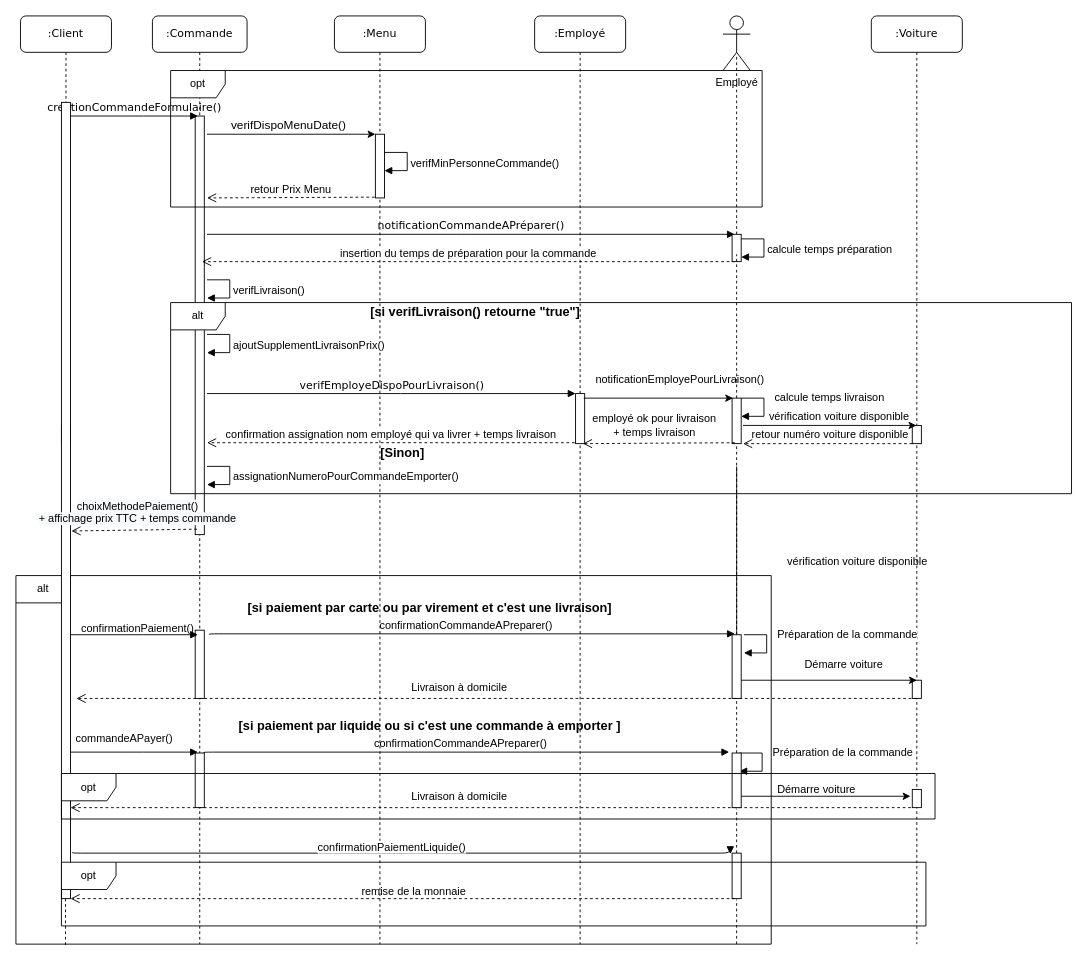
Before: diagramme_dinteraction.drawio in NHatim/aca, a draw.io diagram. Source tidied: cells renumbered, new cells numbered last; positions are measured from the earlier drawing's top-left corner, leaving out a move shared by most shapes. Both pictures are drawn from the tidied source at 91%, with x=0, y=0 at pixel (15, 15).
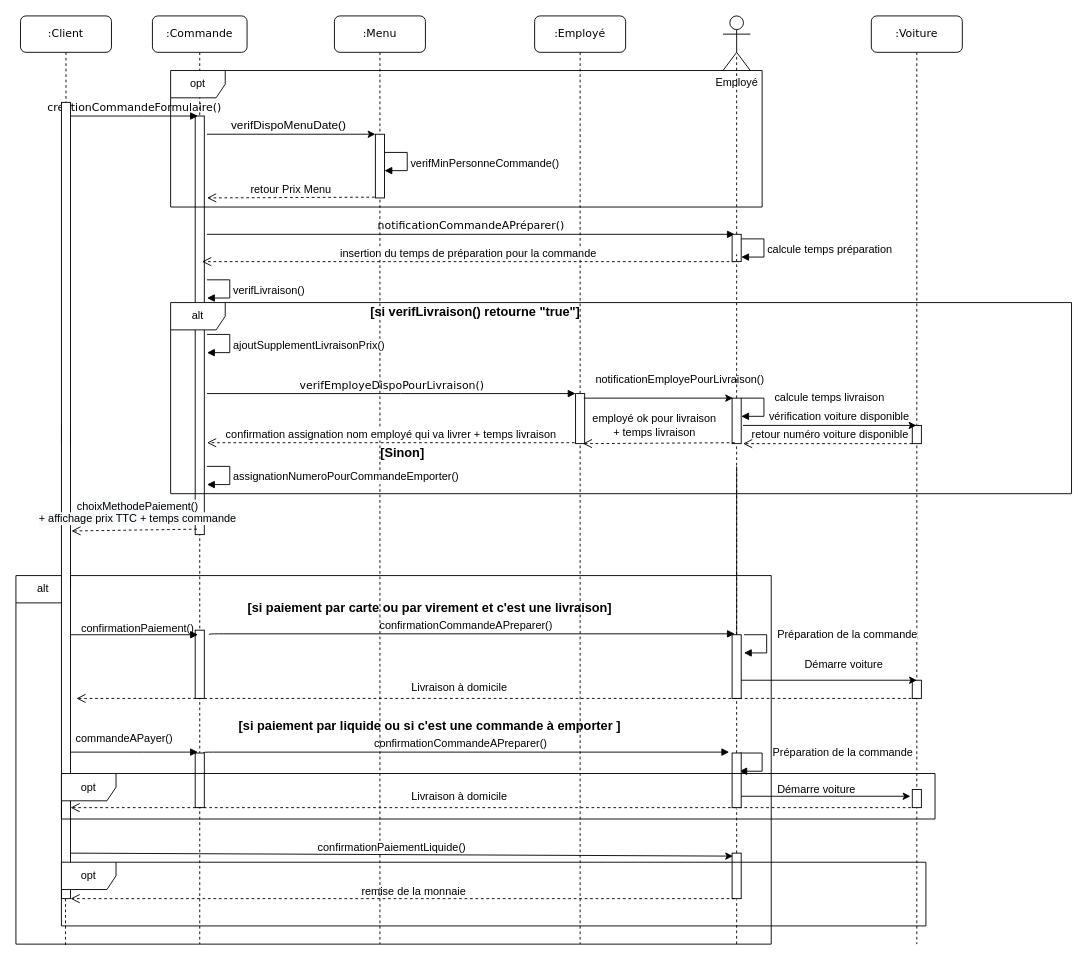
After the change.

The change refers to these unchanged cells:
```xml
<mxCell id="81" style="html=1;points=[];perimeter=orthogonalPerimeter;" parent="1" vertex="1">
  <mxGeometry x="787" y="920" width="10" height="50" as="geometry" />
</mxCell>
```

What changed in the source:
```diff
@@
-    <mxCell id="65" value="vérification voiture disponible" style="text;html=1;strokeColor=none;fillColor=none;align=center;verticalAlign=middle;whiteSpace=wrap;rounded=0;" parent="1" vertex="1">
-      <mxGeometry x="840" y="590" width="170" height="20" as="geometry" />
-    </mxCell>
@@
-    <mxCell id="76" style="html=1;verticalAlign=bottom;endArrow=block;labelBackgroundColor=none;fontFamily=Verdana;fontSize=12;edgeStyle=elbowEdgeStyle;elbow=vertical;entryX=-0.2;entryY=0.033;entryDx=0;entryDy=0;entryPerimeter=0;" parent="1" edge="1">
-      <mxGeometry relative="1" as="geometry">
-        <mxPoint x="62" y="919" as="sourcePoint" />
-        <mxPoint x="785" y="921" as="targetPoint" />
-      </mxGeometry>
-    </mxCell>
@@
+    <mxCell id="88" style="endArrow=classic;html=1;entryX=0.097;entryY=0.066;entryDx=0;entryDy=0;entryPerimeter=0;" parent="1" edge="1" target="81">
+      <mxGeometry relative="1" as="geometry">
+        <mxPoint x="60" y="920" as="sourcePoint" />
+      </mxGeometry>
+    </mxCell>
```
